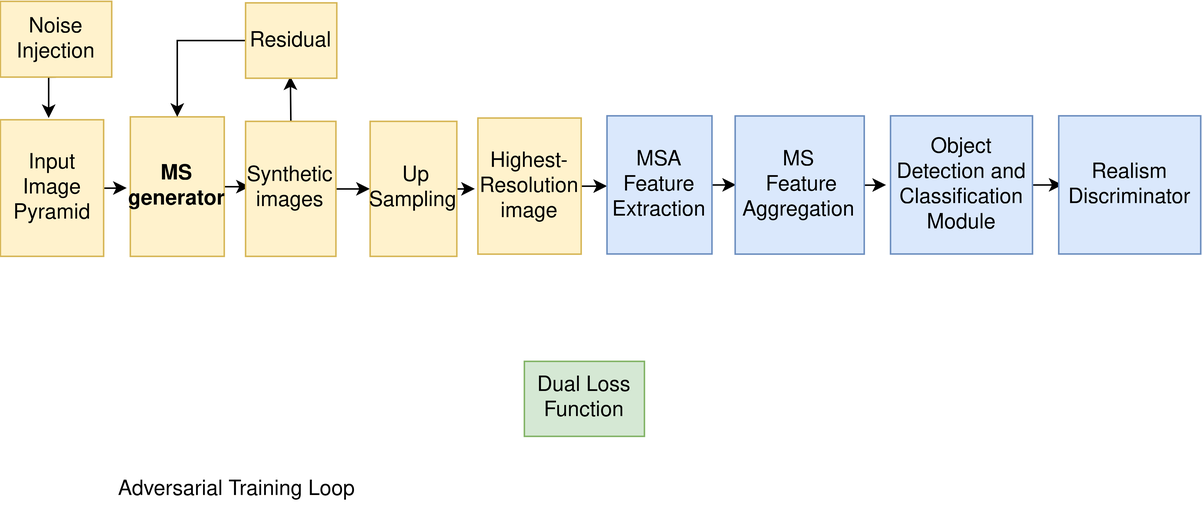
Faryalaurooj/Super-Resolution-using-Single-Image-GAN keeps this draw.io diagram as structure updated.png. Above is the earlier version. Source tidied: cells renumbered, new cells last; positions are measured from the earlier drawing's top-left corner, leaving out a move shared by most shapes.
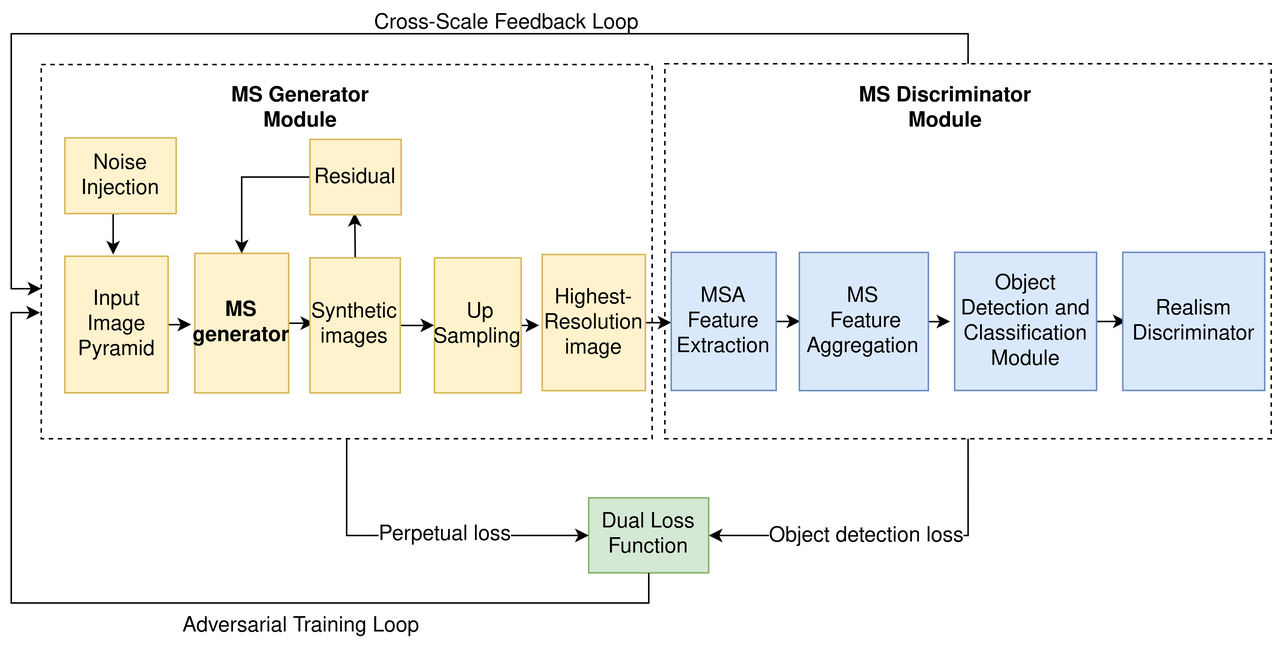
Later version of the same file.

Change to the diagram source:
```diff
@@ -3,95 +3,137 @@
     <mxCell id="0" />
     <mxCell id="1" parent="0" />
     <mxCell id="2" style="group;" parent="1" vertex="1">
-      <mxGeometry x="-0.2" y="0.5" width="799.9" height="340.5" as="geometry" />
+      <mxGeometry x="-0.2" y="0.5" width="830" height="441.5" as="geometry" />
     </mxCell>
-    <mxCell id="3" style="edgeStyle=orthogonalEdgeStyle;rounded=0;jettySize=auto;html=1;exitX=1;exitY=0.5;exitDx=0;exitDy=0;" parent="2" edge="1" source="4">
-      <mxGeometry relative="1" as="geometry">
-        <mxPoint x="84.2" y="124.5" as="targetPoint" />
-      </mxGeometry>
+    <mxCell id="3" style="group;" parent="2" vertex="1">
+      <mxGeometry y="91.5" width="830" height="350" as="geometry" />
     </mxCell>
-    <mxCell id="4" value="&lt;font style=&quot;font-size: 14px;&quot;&gt;Input Image Pyramid&lt;/font&gt;" style="text;html=1;align=center;verticalAlign=middle;whiteSpace=wrap;rounded=0;strokeColor=#d6b656;fillColor=#fff2cc;" parent="2" vertex="1">
-      <mxGeometry y="79" width="68.8" height="91" as="geometry" />
+    <mxCell id="4" style="group;" parent="3" vertex="1">
+      <mxGeometry width="830" height="350" as="geometry" />
     </mxCell>
-    <mxCell id="5" style="edgeStyle=orthogonalEdgeStyle;rounded=0;jettySize=auto;html=1;exitX=1;exitY=0.5;exitDx=0;exitDy=0;" parent="2" edge="1" source="6">
-      <mxGeometry relative="1" as="geometry">
-        <mxPoint x="166.2" y="124" as="targetPoint" />
-      </mxGeometry>
+    <mxCell id="5" style="group;" parent="4" vertex="1">
+      <mxGeometry x="25.8" width="799.9" height="340.5" as="geometry" />
     </mxCell>
-    <mxCell id="6" value="&lt;font style=&quot;font-size: 14px;&quot;&gt;&lt;b&gt;MS generator &lt;br&gt;&lt;/b&gt;&lt;/font&gt;" style="text;html=1;align=center;verticalAlign=middle;whiteSpace=wrap;rounded=0;strokeColor=#d6b656;fillColor=#fff2cc;" parent="2" vertex="1">
-      <mxGeometry x="86.6" y="77" width="62.6" height="93" as="geometry" />
+    <mxCell id="6" style="edgeStyle=orthogonalEdgeStyle;rounded=0;jettySize=auto;html=1;exitX=1;exitY=0.5;exitDx=0;exitDy=0;" parent="5" edge="1" source="7">
+      <mxGeometry relative="1" as="geometry">
+        <mxPoint x="84.2" y="124.5" as="targetPoint" />
+      </mxGeometry>
     </mxCell>
-    <mxCell id="7" style="edgeStyle=orthogonalEdgeStyle;rounded=0;jettySize=auto;html=1;exitX=0.5;exitY=0;exitDx=0;exitDy=0;" parent="2" edge="1" source="9">
-      <mxGeometry relative="1" as="geometry">
-        <mxPoint x="193.2" y="50" as="targetPoint" />
-      </mxGeometry>
+    <mxCell id="7" value="&lt;font style=&quot;font-size: 14px;&quot;&gt;Input Image Pyramid&lt;/font&gt;" style="text;html=1;align=center;verticalAlign=middle;whiteSpace=wrap;rounded=0;strokeColor=#d6b656;fillColor=#fff2cc;" parent="5" vertex="1">
+      <mxGeometry y="79" width="68.8" height="91" as="geometry" />
     </mxCell>
-    <mxCell id="8" style="edgeStyle=orthogonalEdgeStyle;rounded=0;jettySize=auto;html=1;exitX=1;exitY=0.5;exitDx=0;exitDy=0;" parent="2" edge="1" source="9">
+    <mxCell id="8" style="edgeStyle=orthogonalEdgeStyle;rounded=0;jettySize=auto;html=1;exitX=1;exitY=0.5;exitDx=0;exitDy=0;" parent="5" edge="1" source="9">
       <mxGeometry relative="1" as="geometry">
-        <mxPoint x="246.2" y="125" as="targetPoint" />
+        <mxPoint x="166.2" y="124" as="targetPoint" />
       </mxGeometry>
     </mxCell>
-    <mxCell id="9" value="&lt;font style=&quot;font-size: 14px;&quot;&gt;Synthetic images&lt;/font&gt;" style="text;html=1;align=center;verticalAlign=middle;whiteSpace=wrap;rounded=0;strokeColor=#d6b656;fillColor=#fff2cc;" parent="2" vertex="1">
-      <mxGeometry x="163.4" y="80" width="60.2" height="90" as="geometry" />
+    <mxCell id="9" value="&lt;font style=&quot;font-size: 14px;&quot;&gt;&lt;b&gt;MS generator &lt;br&gt;&lt;/b&gt;&lt;/font&gt;" style="text;html=1;align=center;verticalAlign=middle;whiteSpace=wrap;rounded=0;strokeColor=#d6b656;fillColor=#fff2cc;" parent="5" vertex="1">
+      <mxGeometry x="86.6" y="77" width="62.6" height="93" as="geometry" />
     </mxCell>
-    <mxCell id="10" style="edgeStyle=orthogonalEdgeStyle;rounded=0;jettySize=auto;html=1;exitX=1;exitY=0.5;exitDx=0;exitDy=0;" parent="2" edge="1" source="11">
+    <mxCell id="10" style="edgeStyle=orthogonalEdgeStyle;rounded=0;jettySize=auto;html=1;exitX=0.5;exitY=0;exitDx=0;exitDy=0;" parent="5" edge="1" source="12">
       <mxGeometry relative="1" as="geometry">
-        <mxPoint x="316.2" y="125" as="targetPoint" />
+        <mxPoint x="193.2" y="50" as="targetPoint" />
       </mxGeometry>
     </mxCell>
-    <mxCell id="11" value="&lt;font style=&quot;font-size: 14px;&quot;&gt;&amp;nbsp;Up Sampling&lt;/font&gt;" style="text;html=1;align=center;verticalAlign=middle;whiteSpace=wrap;rounded=0;strokeColor=#d6b656;fillColor=#fff2cc;" parent="2" vertex="1">
-      <mxGeometry x="246.4" y="80" width="57.8" height="90" as="geometry" />
+    <mxCell id="11" style="edgeStyle=orthogonalEdgeStyle;rounded=0;jettySize=auto;html=1;exitX=1;exitY=0.5;exitDx=0;exitDy=0;" parent="5" edge="1" source="12">
+      <mxGeometry relative="1" as="geometry">
+        <mxPoint x="246.2" y="125" as="targetPoint" />
+      </mxGeometry>
     </mxCell>
-    <mxCell id="12" style="edgeStyle=orthogonalEdgeStyle;rounded=0;jettySize=auto;html=1;exitX=1;exitY=0.5;exitDx=0;exitDy=0;entryX=0;entryY=0.5;entryDx=0;entryDy=0;" parent="2" edge="1" source="13" target="15">
-      <mxGeometry relative="1" as="geometry" />
+    <mxCell id="12" value="&lt;font style=&quot;font-size: 14px;&quot;&gt;Synthetic images&lt;/font&gt;" style="text;html=1;align=center;verticalAlign=middle;whiteSpace=wrap;rounded=0;strokeColor=#d6b656;fillColor=#fff2cc;" parent="5" vertex="1">
+      <mxGeometry x="163.4" y="80" width="60.2" height="90" as="geometry" />
     </mxCell>
-    <mxCell id="13" value="&lt;font style=&quot;font-size: 14px;&quot;&gt;Highest-Resolution image&lt;/font&gt;" style="text;html=1;align=center;verticalAlign=middle;whiteSpace=wrap;rounded=0;strokeColor=#d6b656;fillColor=#fff2cc;" parent="2" vertex="1">
-      <mxGeometry x="318.2" y="77.8" width="68.8" height="90.7" as="geometry" />
+    <mxCell id="13" style="edgeStyle=orthogonalEdgeStyle;rounded=0;jettySize=auto;html=1;exitX=1;exitY=0.5;exitDx=0;exitDy=0;" parent="5" edge="1" source="14">
+      <mxGeometry relative="1" as="geometry">
+        <mxPoint x="316.2" y="125" as="targetPoint" />
+      </mxGeometry>
     </mxCell>
-    <mxCell id="14" style="edgeStyle=orthogonalEdgeStyle;rounded=0;jettySize=auto;html=1;exitX=1;exitY=0.5;exitDx=0;exitDy=0;" parent="2" edge="1" source="15">
-      <mxGeometry relative="1" as="geometry">
-        <mxPoint x="490.2" y="121.9" as="targetPoint" />
-      </mxGeometry>
+    <mxCell id="14" value="&lt;font style=&quot;font-size: 14px;&quot;&gt;&amp;nbsp;Up Sampling&lt;/font&gt;" style="text;html=1;align=center;verticalAlign=middle;whiteSpace=wrap;rounded=0;strokeColor=#d6b656;fillColor=#fff2cc;" parent="5" vertex="1">
+      <mxGeometry x="246.4" y="80" width="57.8" height="90" as="geometry" />
     </mxCell>
-    <mxCell id="15" value="&lt;font style=&quot;font-size: 14px;&quot;&gt;MSA Feature Extraction&lt;br&gt;&lt;/font&gt;" style="text;html=1;align=center;verticalAlign=middle;whiteSpace=wrap;rounded=0;strokeColor=#6c8ebf;fillColor=#dae8fc;" parent="2" vertex="1">
-      <mxGeometry x="404.2" y="76.3" width="70" height="92.1" as="geometry" />
+    <mxCell id="15" style="edgeStyle=orthogonalEdgeStyle;rounded=0;jettySize=auto;html=1;exitX=1;exitY=0.5;exitDx=0;exitDy=0;entryX=0;entryY=0.5;entryDx=0;entryDy=0;" parent="5" edge="1" source="16" target="18">
+      <mxGeometry relative="1" as="geometry" />
     </mxCell>
-    <mxCell id="16" style="edgeStyle=orthogonalEdgeStyle;rounded=0;jettySize=auto;html=1;exitX=1;exitY=0.5;exitDx=0;exitDy=0;" parent="2" edge="1" source="17">
-      <mxGeometry relative="1" as="geometry">
-        <mxPoint x="590.2" y="121.9" as="targetPoint" />
-      </mxGeometry>
+    <mxCell id="16" value="&lt;font style=&quot;font-size: 14px;&quot;&gt;Highest-Resolution image&lt;/font&gt;" style="text;html=1;align=center;verticalAlign=middle;whiteSpace=wrap;rounded=0;strokeColor=#d6b656;fillColor=#fff2cc;" parent="5" vertex="1">
+      <mxGeometry x="318.2" y="77.8" width="68.8" height="90.7" as="geometry" />
     </mxCell>
-    <mxCell id="17" value="&lt;div&gt;&lt;font style=&quot;font-size: 14px;&quot;&gt;&lt;br&gt;&lt;/font&gt;&lt;/div&gt;&lt;div&gt;&lt;font style=&quot;font-size: 14px;&quot;&gt;&lt;br&gt;&lt;/font&gt;&lt;/div&gt;&lt;div&gt;&lt;font style=&quot;font-size: 14px;&quot;&gt;MS&lt;/font&gt;&lt;/div&gt;&lt;div&gt;&lt;font style=&quot;font-size: 14px;&quot;&gt;&amp;nbsp;Feature Aggregation&lt;/font&gt;&lt;/div&gt;&lt;div&gt;&lt;font style=&quot;font-size: 14px;&quot;&gt;&lt;br&gt;&lt;/font&gt;&lt;/div&gt;&lt;div&gt;&lt;font style=&quot;font-size: 14px;&quot;&gt;&lt;br&gt; &lt;/font&gt;&lt;/div&gt;" style="text;html=1;align=center;verticalAlign=middle;whiteSpace=wrap;rounded=0;strokeColor=#6c8ebf;fillColor=#dae8fc;" parent="2" vertex="1">
-      <mxGeometry x="489.7" y="76.4" width="86" height="92.1" as="geometry" />
+    <mxCell id="17" style="edgeStyle=orthogonalEdgeStyle;rounded=0;jettySize=auto;html=1;exitX=1;exitY=0.5;exitDx=0;exitDy=0;" parent="5" edge="1" source="18">
+      <mxGeometry relative="1" as="geometry">
+        <mxPoint x="490.2" y="121.9" as="targetPoint" />
+      </mxGeometry>
     </mxCell>
-    <mxCell id="18" style="edgeStyle=orthogonalEdgeStyle;rounded=0;jettySize=auto;html=1;exitX=1;exitY=0.5;exitDx=0;exitDy=0;" parent="2" edge="1" source="19" target="20">
-      <mxGeometry relative="1" as="geometry" />
+    <mxCell id="18" value="&lt;font style=&quot;font-size: 14px;&quot;&gt;MSA Feature Extraction&lt;br&gt;&lt;/font&gt;" style="text;html=1;align=center;verticalAlign=middle;whiteSpace=wrap;rounded=0;strokeColor=#6c8ebf;fillColor=#dae8fc;" parent="5" vertex="1">
+      <mxGeometry x="404.2" y="76.3" width="70" height="92.1" as="geometry" />
     </mxCell>
-    <mxCell id="19" value="&lt;font style=&quot;font-size: 14px;&quot;&gt;Object Detection and Classification Module&lt;/font&gt;" style="text;html=1;align=center;verticalAlign=middle;whiteSpace=wrap;rounded=0;fillColor=#dae8fc;strokeColor=#6c8ebf;" parent="2" vertex="1">
-      <mxGeometry x="593.2" y="76.3" width="94.6" height="92.1" as="geometry" />
+    <mxCell id="19" style="edgeStyle=orthogonalEdgeStyle;rounded=0;jettySize=auto;html=1;exitX=1;exitY=0.5;exitDx=0;exitDy=0;" parent="5" edge="1" source="20">
+      <mxGeometry relative="1" as="geometry">
+        <mxPoint x="590.2" y="121.9" as="targetPoint" />
+      </mxGeometry>
     </mxCell>
-    <mxCell id="20" value="&lt;font style=&quot;font-size: 14px;&quot;&gt;Realism Discriminator&lt;/font&gt;" style="text;html=1;align=center;verticalAlign=middle;whiteSpace=wrap;rounded=0;fillColor=#dae8fc;strokeColor=#6c8ebf;" parent="2" vertex="1">
-      <mxGeometry x="705.3" y="76.3" width="94.6" height="92.1" as="geometry" />
+    <mxCell id="20" value="&lt;div&gt;&lt;font style=&quot;font-size: 14px;&quot;&gt;&lt;br&gt;&lt;/font&gt;&lt;/div&gt;&lt;div&gt;&lt;font style=&quot;font-size: 14px;&quot;&gt;&lt;br&gt;&lt;/font&gt;&lt;/div&gt;&lt;div&gt;&lt;font style=&quot;font-size: 14px;&quot;&gt;MS&lt;/font&gt;&lt;/div&gt;&lt;div&gt;&lt;font style=&quot;font-size: 14px;&quot;&gt;&amp;nbsp;Feature Aggregation&lt;/font&gt;&lt;/div&gt;&lt;div&gt;&lt;font style=&quot;font-size: 14px;&quot;&gt;&lt;br&gt;&lt;/font&gt;&lt;/div&gt;&lt;div&gt;&lt;font style=&quot;font-size: 14px;&quot;&gt;&lt;br&gt; &lt;/font&gt;&lt;/div&gt;" style="text;html=1;align=center;verticalAlign=middle;whiteSpace=wrap;rounded=0;strokeColor=#6c8ebf;fillColor=#dae8fc;" parent="5" vertex="1">
+      <mxGeometry x="489.7" y="76.4" width="86" height="92.1" as="geometry" />
     </mxCell>
-    <mxCell id="21" value="&lt;font style=&quot;font-size: 14px;&quot;&gt;Adversarial Training Loop&lt;/font&gt;" style="text;html=1;align=center;verticalAlign=middle;strokeColor=none;fillColor=none;" parent="2" vertex="1">
-      <mxGeometry x="67.4" y="310.5" width="180" height="30" as="geometry" />
+    <mxCell id="21" style="edgeStyle=orthogonalEdgeStyle;rounded=0;jettySize=auto;html=1;exitX=1;exitY=0.5;exitDx=0;exitDy=0;" parent="5" edge="1" source="22" target="23">
+      <mxGeometry relative="1" as="geometry" />
     </mxCell>
-    <mxCell id="22" style="edgeStyle=orthogonalEdgeStyle;rounded=0;jettySize=auto;html=1;exitX=0.5;exitY=1;exitDx=0;exitDy=0;" parent="2" edge="1" source="23">
-      <mxGeometry relative="1" as="geometry">
-        <mxPoint x="32.2" y="77.8" as="targetPoint" />
-      </mxGeometry>
+    <mxCell id="22" value="&lt;font style=&quot;font-size: 14px;&quot;&gt;Object Detection and Classification Module&lt;/font&gt;" style="text;html=1;align=center;verticalAlign=middle;whiteSpace=wrap;rounded=0;fillColor=#dae8fc;strokeColor=#6c8ebf;" parent="5" vertex="1">
+      <mxGeometry x="593.2" y="76.3" width="94.6" height="92.1" as="geometry" />
     </mxCell>
-    <mxCell id="23" value="&lt;font style=&quot;font-size: 14px;&quot;&gt;Noise Injection&lt;/font&gt;" style="text;html=1;align=center;verticalAlign=middle;whiteSpace=wrap;rounded=0;strokeColor=#d6b656;fillColor=#fff2cc;" parent="2" vertex="1">
-      <mxGeometry width="74.2" height="50.5" as="geometry" />
+    <mxCell id="23" value="&lt;font style=&quot;font-size: 14px;&quot;&gt;Realism Discriminator&lt;/font&gt;" style="text;html=1;align=center;verticalAlign=middle;whiteSpace=wrap;rounded=0;fillColor=#dae8fc;strokeColor=#6c8ebf;" parent="5" vertex="1">
+      <mxGeometry x="705.3" y="76.3" width="94.6" height="92.1" as="geometry" />
     </mxCell>
-    <mxCell id="24" style="edgeStyle=orthogonalEdgeStyle;rounded=0;jettySize=auto;html=1;exitX=0;exitY=0.5;exitDx=0;exitDy=0;entryX=0.5;entryY=0;entryDx=0;entryDy=0;" parent="2" edge="1" source="25" target="6">
-      <mxGeometry relative="1" as="geometry" />
+    <mxCell id="24" value="&lt;font style=&quot;font-size: 14px;&quot;&gt;Adversarial Training Loop&lt;/font&gt;" style="text;html=1;align=center;verticalAlign=middle;strokeColor=none;fillColor=none;" parent="5" vertex="1">
+      <mxGeometry x="67.4" y="310.5" width="180" height="30" as="geometry" />
     </mxCell>
-    <mxCell id="25" value="&lt;font style=&quot;font-size: 14px;&quot;&gt;Residual&lt;/font&gt;" style="text;html=1;align=center;verticalAlign=middle;whiteSpace=wrap;rounded=0;strokeColor=#d6b656;fillColor=#fff2cc;" parent="2" vertex="1">
-      <mxGeometry x="163.4" y="1" width="60.8" height="50.2" as="geometry" />
+    <mxCell id="25" style="edgeStyle=orthogonalEdgeStyle;rounded=0;jettySize=auto;html=1;exitX=0.5;exitY=1;exitDx=0;exitDy=0;" parent="5" edge="1" source="26">
+      <mxGeometry relative="1" as="geometry">
+        <mxPoint x="32.2" y="77.8" as="targetPoint" />
+      </mxGeometry>
     </mxCell>
-    <mxCell id="26" value="&lt;font style=&quot;font-size: 14px;&quot;&gt;Dual Loss Function&lt;/font&gt;" style="text;html=1;align=center;verticalAlign=middle;whiteSpace=wrap;rounded=0;fillColor=#d5e8d4;strokeColor=#82b366;" parent="2" vertex="1">
-      <mxGeometry x="349.2" y="240" width="80" height="50" as="geometry" />
+    <mxCell id="26" value="&lt;font style=&quot;font-size: 14px;&quot;&gt;Noise Injection&lt;/font&gt;" style="text;html=1;align=center;verticalAlign=middle;whiteSpace=wrap;rounded=0;strokeColor=#d6b656;fillColor=#fff2cc;" parent="5" vertex="1">
+      <mxGeometry width="74.2" height="50.5" as="geometry" />
     </mxCell>
+    <mxCell id="27" style="edgeStyle=orthogonalEdgeStyle;rounded=0;jettySize=auto;html=1;exitX=0;exitY=0.5;exitDx=0;exitDy=0;entryX=0.5;entryY=0;entryDx=0;entryDy=0;" parent="5" edge="1" source="28" target="9">
+      <mxGeometry relative="1" as="geometry" />
+    </mxCell>
+    <mxCell id="28" value="&lt;font style=&quot;font-size: 14px;&quot;&gt;Residual&lt;/font&gt;" style="text;html=1;align=center;verticalAlign=middle;whiteSpace=wrap;rounded=0;strokeColor=#d6b656;fillColor=#fff2cc;" parent="5" vertex="1">
+      <mxGeometry x="163.4" y="1" width="60.8" height="50.2" as="geometry" />
+    </mxCell>
+    <mxCell id="29" value="&lt;font style=&quot;font-size: 14px;&quot;&gt;Dual Loss Function&lt;/font&gt;" style="text;html=1;align=center;verticalAlign=middle;whiteSpace=wrap;rounded=0;fillColor=#d5e8d4;strokeColor=#82b366;" parent="5" vertex="1">
+      <mxGeometry x="349.2" y="240" width="80" height="50" as="geometry" />
+    </mxCell>
+    <mxCell id="30" value="&lt;b&gt;&lt;font style=&quot;font-size: 14px;&quot;&gt;MS Generator Module&lt;/font&gt;&lt;/b&gt;" style="text;html=1;align=center;verticalAlign=middle;whiteSpace=wrap;rounded=0;" parent="2" vertex="1">
+      <mxGeometry x="110" y="52" width="146.2" height="39.5" as="geometry" />
+    </mxCell>
+    <mxCell id="31" value="&lt;b&gt;&lt;font style=&quot;font-size: 14px;&quot;&gt;MS Discriminator Module&lt;/font&gt;&lt;/b&gt;" style="text;html=1;align=center;verticalAlign=middle;whiteSpace=wrap;rounded=0;" parent="2" vertex="1">
+      <mxGeometry x="539.9" y="52" width="146.2" height="39.5" as="geometry" />
+    </mxCell>
+    <mxCell id="32" style="rounded=0;whiteSpace=wrap;html=1;fillColor=none;dashed=1;" parent="2" vertex="1">
+      <mxGeometry x="425.8" y="42" width="404.2" height="250" as="geometry" />
+    </mxCell>
+    <mxCell id="33" style="edgeStyle=orthogonalEdgeStyle;rounded=0;jettySize=auto;html=1;exitX=0.5;exitY=1;exitDx=0;exitDy=0;entryX=1;entryY=0.5;entryDx=0;entryDy=0;" parent="2" edge="1" source="32" target="29">
+      <mxGeometry relative="1" as="geometry" />
+    </mxCell>
+    <mxCell id="34" value="&lt;font style=&quot;font-size: 14px;&quot;&gt;Object detection loss&lt;/font&gt;" style="edgeLabel;html=1;align=center;verticalAlign=middle;" parent="33" vertex="1">
+      <mxGeometry x="0.12" relative="1" as="geometry" />
+    </mxCell>
+    <mxCell id="35" style="rounded=0;whiteSpace=wrap;html=1;fillColor=none;dashed=1;" parent="2" vertex="1">
+      <mxGeometry x="10" y="42.5" width="407.2" height="249.5" as="geometry" />
+    </mxCell>
+    <mxCell id="36" style="edgeStyle=orthogonalEdgeStyle;rounded=0;jettySize=auto;html=1;exitX=0.5;exitY=1;exitDx=0;exitDy=0;entryX=0;entryY=0.5;entryDx=0;entryDy=0;" parent="2" edge="1" source="35" target="29">
+      <mxGeometry relative="1" as="geometry" />
+    </mxCell>
+    <mxCell id="37" value="&lt;font style=&quot;font-size: 14px;&quot;&gt;Perpetual loss&lt;/font&gt;" style="edgeLabel;html=1;align=center;verticalAlign=middle;" parent="36" vertex="1">
+      <mxGeometry x="0.15" y="1" relative="1" as="geometry" />
+    </mxCell>
+    <mxCell id="38" style="edgeStyle=orthogonalEdgeStyle;rounded=0;jettySize=auto;html=1;exitX=0.5;exitY=1;exitDx=0;exitDy=0;entryX=-0.002;entryY=0.663;entryDx=0;entryDy=0;entryPerimeter=0;" parent="2" edge="1" source="29" target="35">
+      <mxGeometry relative="1" as="geometry" />
+    </mxCell>
+    <mxCell id="39" style="edgeStyle=orthogonalEdgeStyle;rounded=0;jettySize=auto;html=1;exitX=0.5;exitY=0;exitDx=0;exitDy=0;entryX=0;entryY=0.599;entryDx=0;entryDy=0;entryPerimeter=0;" parent="2" edge="1" source="32" target="35">
+      <mxGeometry relative="1" as="geometry" />
+    </mxCell>
+    <mxCell id="40" value="&lt;font style=&quot;font-size: 14px;&quot;&gt;Cross-Scale Feedback Loop&lt;/font&gt;" style="text;html=1;align=center;verticalAlign=middle;strokeColor=none;fillColor=none;" parent="2" vertex="1">
+      <mxGeometry x="220" width="200" height="30" as="geometry" />
+    </mxCell>
   </root>
 </mxGraphModel>
```
